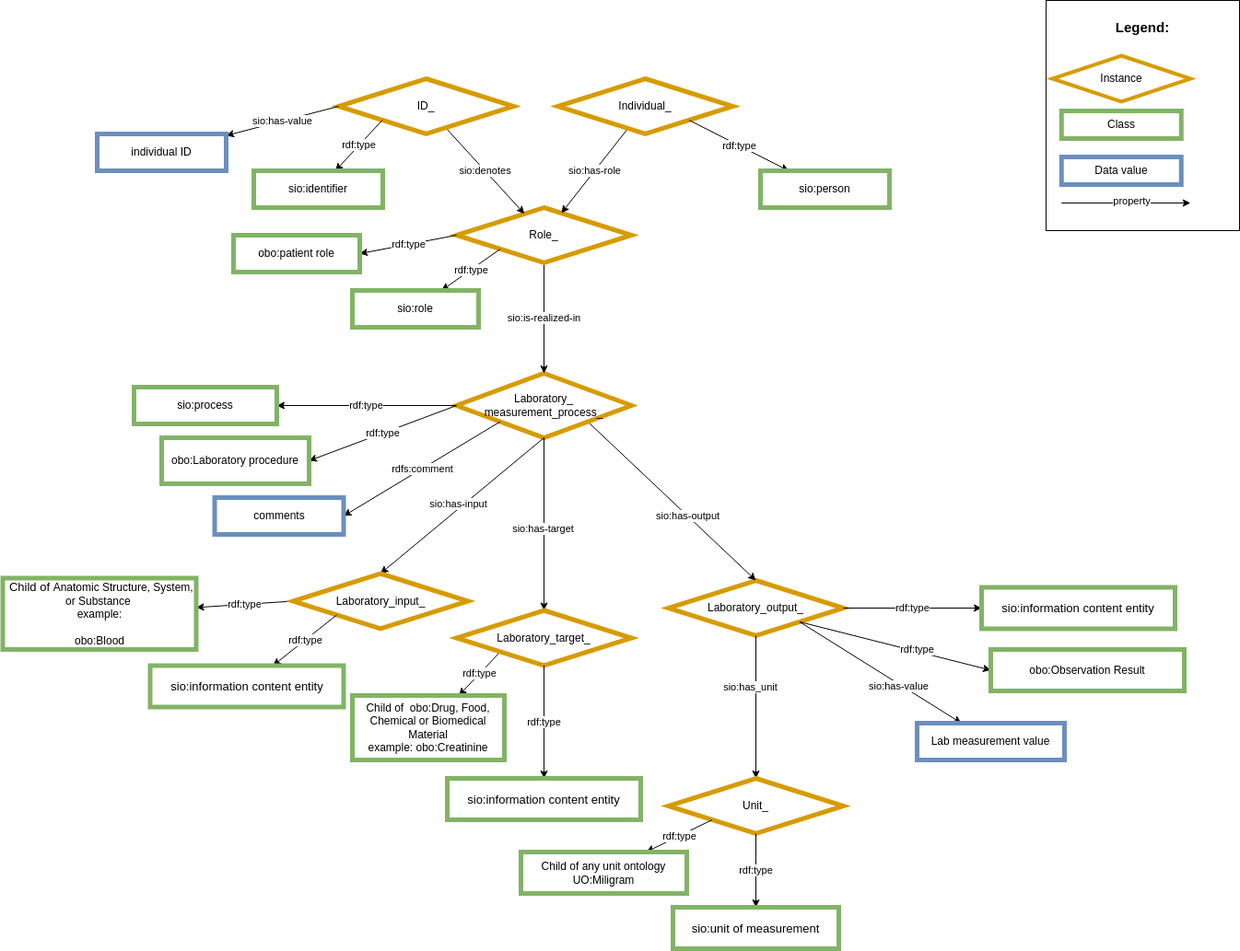
Before: images/CARE-SM-Laboratory.png, a diagram exported from draw.io (CARE-SM/CARE-Semantic-Model). Source tidied: cells renumbered, new cells last; positions are measured from the earlier drawing's top-left corner, leaving out a move shared by most shapes.
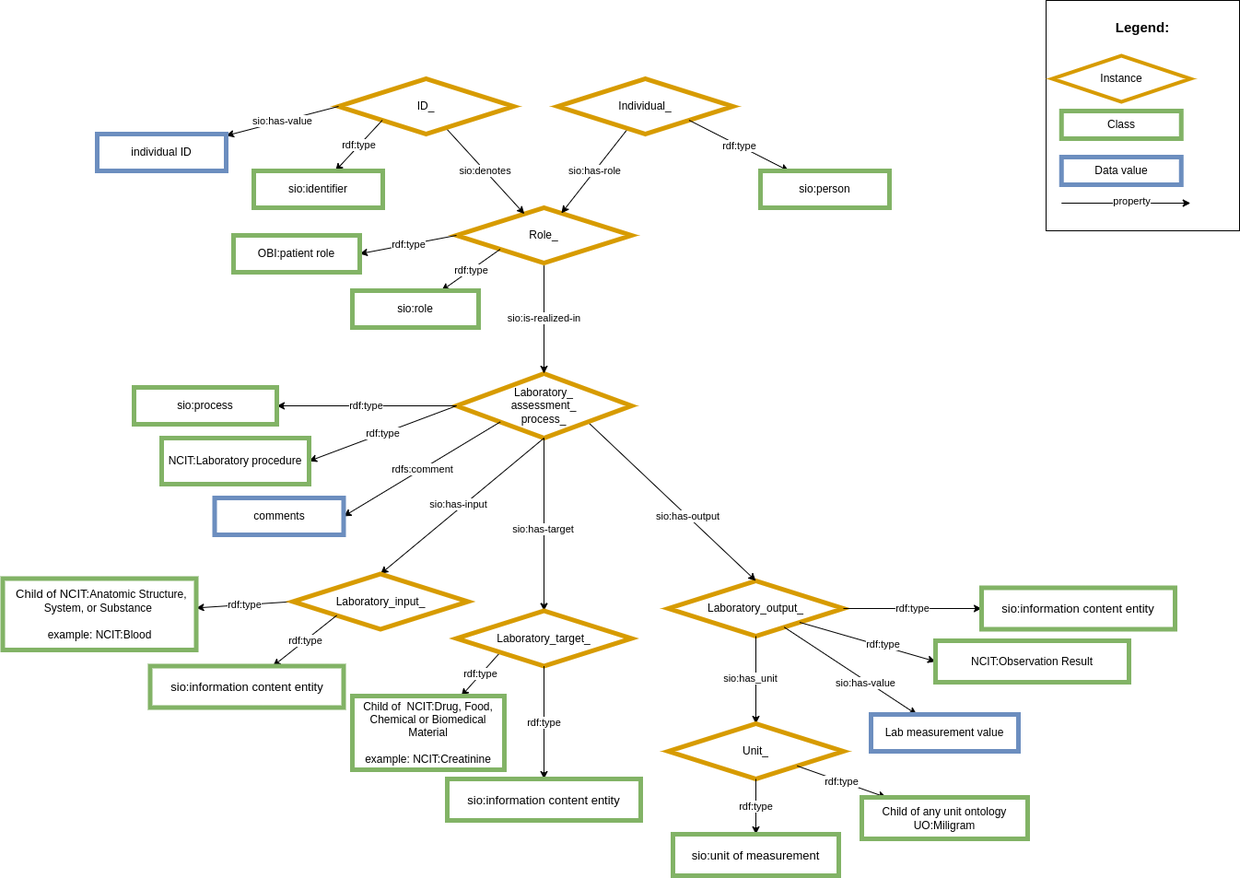
Above is the later version.

Change to the diagram source:
```diff
@@ -13,7 +13,7 @@
         <mxPoint x="36" y="33" as="offset" />
       </mxGeometry>
     </mxCell>
-    <mxCell id="5" value="Laboratory_&lt;br&gt;measurement_process_" style="rhombus;whiteSpace=wrap;html=1;fillColor=#FFFFFF;strokeColor=#d79b00;strokeWidth=5;" parent="1" vertex="1">
+    <mxCell id="5" value="Laboratory_&lt;br&gt;assessment_&lt;br&gt;process_" style="rhombus;whiteSpace=wrap;html=1;fillColor=#FFFFFF;strokeColor=#d79b00;strokeWidth=5;" parent="1" vertex="1">
       <mxGeometry x="492" y="405" width="190" height="70" as="geometry" />
     </mxCell>
     <mxCell id="6" value="&lt;span style=&quot;color: rgb(0, 0, 0); font-family: Helvetica; font-size: 11px; font-style: normal; font-variant-ligatures: normal; font-variant-caps: normal; font-weight: 400; letter-spacing: normal; orphans: 2; text-align: center; text-indent: 0px; text-transform: none; widows: 2; word-spacing: 0px; -webkit-text-stroke-width: 0px; background-color: rgb(255, 255, 255); text-decoration-thickness: initial; text-decoration-style: initial; text-decoration-color: initial; float: none; display: inline !important;&quot;&gt;sio:is-realized-in&lt;/span&gt;" style="rounded=0;jettySize=auto;html=1;exitX=0.5;exitY=1;exitDx=0;exitDy=0;entryX=0.5;entryY=0;entryDx=0;entryDy=0;" parent="1" edge="1" source="11" target="5">
@@ -69,17 +69,17 @@
     </mxCell>
     <mxCell id="23" value="sio:has_unit" style="edgeLabel;html=1;align=center;verticalAlign=middle;" parent="22" vertex="1">
       <mxGeometry x="-0.21" y="-1" relative="1" as="geometry">
-        <mxPoint x="-6" y="-7" as="offset" />
+        <mxPoint x="-6" y="7" as="offset" />
       </mxGeometry>
     </mxCell>
     <mxCell id="24" value="Unit_" style="rhombus;whiteSpace=wrap;html=1;fillColor=#FFFFFF;strokeColor=#d79b00;strokeWidth=5;" parent="1" vertex="1">
-      <mxGeometry x="722" y="845" width="190" height="60" as="geometry" />
+      <mxGeometry x="722" y="785" width="190" height="60" as="geometry" />
     </mxCell>
     <mxCell id="25" value="rdf:type" style="edgeStyle=none;rounded=0;jettySize=auto;html=1;exitX=0.5;exitY=1;exitDx=0;exitDy=0;" parent="1" edge="1" source="24" target="26">
       <mxGeometry relative="1" as="geometry" />
     </mxCell>
     <mxCell id="26" value="&lt;font size=&quot;2&quot;&gt;sio:unit of measurement&lt;/font&gt;" style="whiteSpace=wrap;html=1;fillColor=#FFFFFF;strokeColor=#82b366;strokeWidth=5;" parent="1" vertex="1">
-      <mxGeometry x="727" y="985" width="180" height="45" as="geometry" />
+      <mxGeometry x="727" y="905" width="180" height="45" as="geometry" />
     </mxCell>
     <mxCell id="27" value="sio:has-value" style="rounded=0;jettySize=auto;html=1;exitX=0;exitY=0.5;exitDx=0;exitDy=0;" parent="1" edge="1" source="13" target="28">
       <mxGeometry relative="1" as="geometry" />
@@ -90,44 +90,44 @@
     <mxCell id="29" value="rdf:type" style="edgeStyle=none;rounded=0;jettySize=auto;html=1;exitX=0;exitY=0.5;exitDx=0;exitDy=0;entryX=1;entryY=0.5;entryDx=0;entryDy=0;" parent="1" edge="1" source="11" target="30">
       <mxGeometry relative="1" as="geometry" />
     </mxCell>
-    <mxCell id="30" value="obo:patient role" style="whiteSpace=wrap;html=1;fillColor=#FFFFFF;strokeColor=#82b366;strokeWidth=5;" parent="1" vertex="1">
+    <mxCell id="30" value="OBI:patient role" style="whiteSpace=wrap;html=1;fillColor=#FFFFFF;strokeColor=#82b366;strokeWidth=5;" parent="1" vertex="1">
       <mxGeometry x="250" y="255" width="137" height="40" as="geometry" />
     </mxCell>
     <mxCell id="31" value="rdf:type" style="edgeStyle=none;rounded=0;jettySize=auto;html=1;exitX=0;exitY=0.5;exitDx=0;exitDy=0;entryX=1;entryY=0.5;entryDx=0;entryDy=0;" parent="1" edge="1" source="5" target="32">
       <mxGeometry relative="1" as="geometry" />
     </mxCell>
-    <mxCell id="32" value="obo:Laboratory procedure" style="whiteSpace=wrap;html=1;fillColor=#FFFFFF;strokeColor=#82b366;strokeWidth=5;" parent="1" vertex="1">
+    <mxCell id="32" value="NCIT:Laboratory procedure" style="whiteSpace=wrap;html=1;fillColor=#FFFFFF;strokeColor=#82b366;strokeWidth=5;" parent="1" vertex="1">
       <mxGeometry x="172" y="475" width="160" height="50" as="geometry" />
     </mxCell>
     <mxCell id="33" value="rdf:type" style="edgeStyle=none;rounded=0;jettySize=auto;html=1;exitX=1;exitY=1;exitDx=0;exitDy=0;entryX=0;entryY=0.5;entryDx=0;entryDy=0;" parent="1" edge="1" source="2" target="34">
       <mxGeometry x="0.22" y="2" relative="1" as="geometry" />
     </mxCell>
-    <mxCell id="34" value="obo:Observation Result" style="whiteSpace=wrap;html=1;fillColor=#FFFFFF;strokeColor=#82b366;strokeWidth=5;" parent="1" vertex="1">
-      <mxGeometry x="1072" y="705" width="210" height="45" as="geometry" />
+    <mxCell id="34" value="NCIT:Observation Result" style="whiteSpace=wrap;html=1;fillColor=#FFFFFF;strokeColor=#82b366;strokeWidth=5;" parent="1" vertex="1">
+      <mxGeometry x="1012" y="695" width="210" height="45" as="geometry" />
     </mxCell>
-    <mxCell id="35" value="sio:has-value" style="rounded=0;jettySize=auto;html=1;exitX=1;exitY=1;exitDx=0;exitDy=0;" parent="1" edge="1" source="2" target="36">
+    <mxCell id="35" value="sio:has-value" style="rounded=0;jettySize=auto;html=1;" parent="1" edge="1" source="2" target="36">
       <mxGeometry x="0.24" y="-2" relative="1" as="geometry" />
     </mxCell>
     <mxCell id="36" value="Lab measurement value" style="whiteSpace=wrap;html=1;fillColor=#FFFFFF;strokeColor=#6c8ebf;strokeWidth=5;" parent="1" vertex="1">
-      <mxGeometry x="992" y="785" width="160" height="40" as="geometry" />
+      <mxGeometry x="942" y="775" width="160" height="40" as="geometry" />
     </mxCell>
     <mxCell id="37" value="rdf:type" style="edgeStyle=none;rounded=0;jettySize=auto;html=1;exitX=0;exitY=0.5;exitDx=0;exitDy=0;" parent="1" edge="1" source="48" target="38">
       <mxGeometry relative="1" as="geometry" />
     </mxCell>
-    <mxCell id="38" value="&lt;font style=&quot;border-color: var(--border-color);&quot; size=&quot;2&quot;&gt;&amp;nbsp;Child of&amp;nbsp;&lt;/font&gt;Anatomic Structure, System, or Substance&amp;nbsp;&lt;br&gt;example:&lt;br&gt;&lt;br&gt;obo:Blood" style="whiteSpace=wrap;html=1;fillColor=#FFFFFF;strokeColor=#82b366;strokeWidth=5;" parent="1" vertex="1">
+    <mxCell id="38" value="&lt;font style=&quot;border-color: var(--border-color);&quot; size=&quot;2&quot;&gt;&amp;nbsp;Child of NCIT:&lt;/font&gt;Anatomic Structure, System, or Substance&amp;nbsp;&lt;br&gt;&lt;br&gt;example: NCIT:Blood" style="whiteSpace=wrap;html=1;fillColor=#FFFFFF;strokeColor=#82b366;strokeWidth=5;" parent="1" vertex="1">
       <mxGeometry x="-0.5" y="627.5" width="210" height="77.5" as="geometry" />
     </mxCell>
     <mxCell id="39" value="rdf:type" style="edgeStyle=none;rounded=0;jettySize=auto;html=1;exitX=0;exitY=1;exitDx=0;exitDy=0;" parent="1" edge="1" source="47" target="40">
       <mxGeometry relative="1" as="geometry" />
     </mxCell>
-    <mxCell id="40" value="Child of&amp;nbsp; obo:Drug, Food, Chemical or Biomedical Material&lt;br&gt;example: obo:Creatinine" style="whiteSpace=wrap;html=1;fillColor=#FFFFFF;strokeColor=#82b366;strokeWidth=5;" parent="1" vertex="1">
-      <mxGeometry x="379" y="755" width="165" height="70" as="geometry" />
+    <mxCell id="40" value="Child of&amp;nbsp; NCIT:Drug, Food, Chemical or Biomedical Material&lt;br&gt;&lt;br&gt;example: NCIT:Creatinine" style="whiteSpace=wrap;html=1;fillColor=#FFFFFF;strokeColor=#82b366;strokeWidth=5;" parent="1" vertex="1">
+      <mxGeometry x="379" y="755" width="165" height="80" as="geometry" />
     </mxCell>
-    <mxCell id="41" value="rdf:type" style="edgeStyle=none;rounded=0;jettySize=auto;html=1;exitX=0;exitY=1;exitDx=0;exitDy=0;" parent="1" edge="1" source="24" target="42">
+    <mxCell id="41" value="rdf:type" style="edgeStyle=none;rounded=0;jettySize=auto;html=1;" parent="1" edge="1" source="24" target="42">
       <mxGeometry relative="1" as="geometry" />
     </mxCell>
     <mxCell id="42" value="Child of any unit ontology&lt;br&gt;UO:Miligram" style="whiteSpace=wrap;html=1;fillColor=#FFFFFF;strokeColor=#82b366;strokeWidth=5;" parent="1" vertex="1">
-      <mxGeometry x="562" y="925" width="180" height="45" as="geometry" />
+      <mxGeometry x="932" y="865" width="180" height="45" as="geometry" />
     </mxCell>
     <mxCell id="43" style="edgeStyle=none;rounded=0;jettySize=auto;html=1;exitX=0.5;exitY=1;exitDx=0;exitDy=0;entryX=0.5;entryY=0;entryDx=0;entryDy=0;" parent="1" edge="1" source="5" target="48">
       <mxGeometry relative="1" as="geometry" />
```
